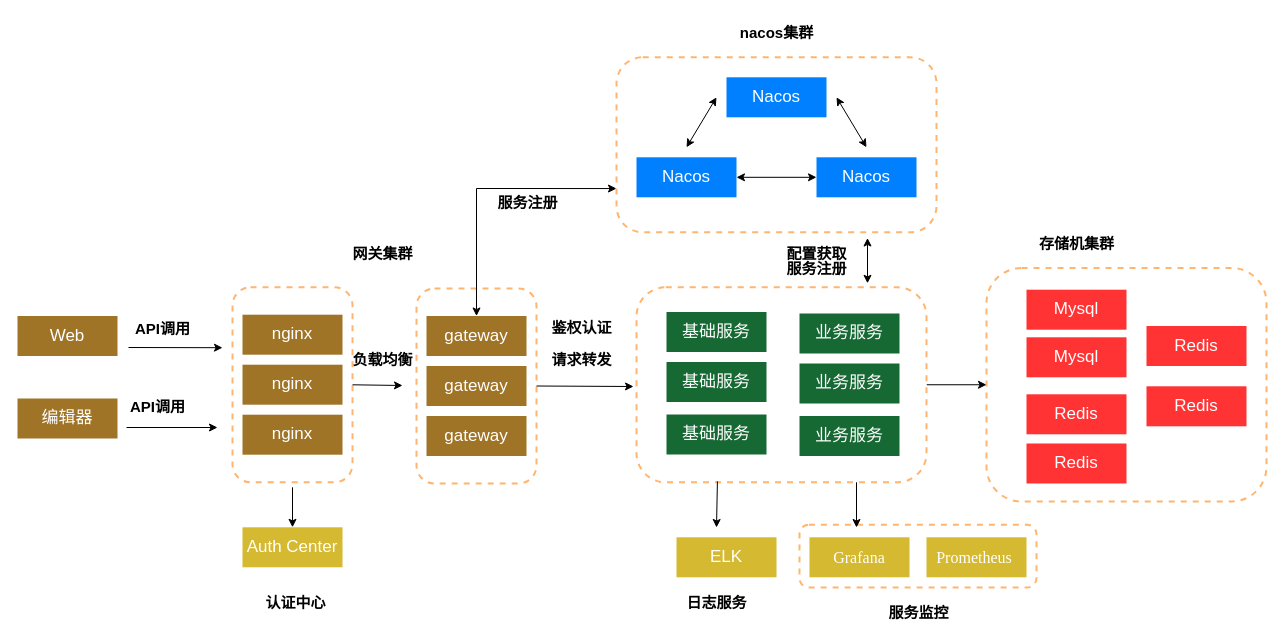
This is csdb/csdb 部署架构图.drawio from DemonHan/KuickBuy, a draw.io file, before an edit. Source tidied: cells renumbered, new cells numbered last; positions are measured from the earlier drawing's top-left corner, leaving out a move shared by most shapes. Both pictures are drawn from the tidied source at 100%, with x=0, y=0 at pixel (17, 17).
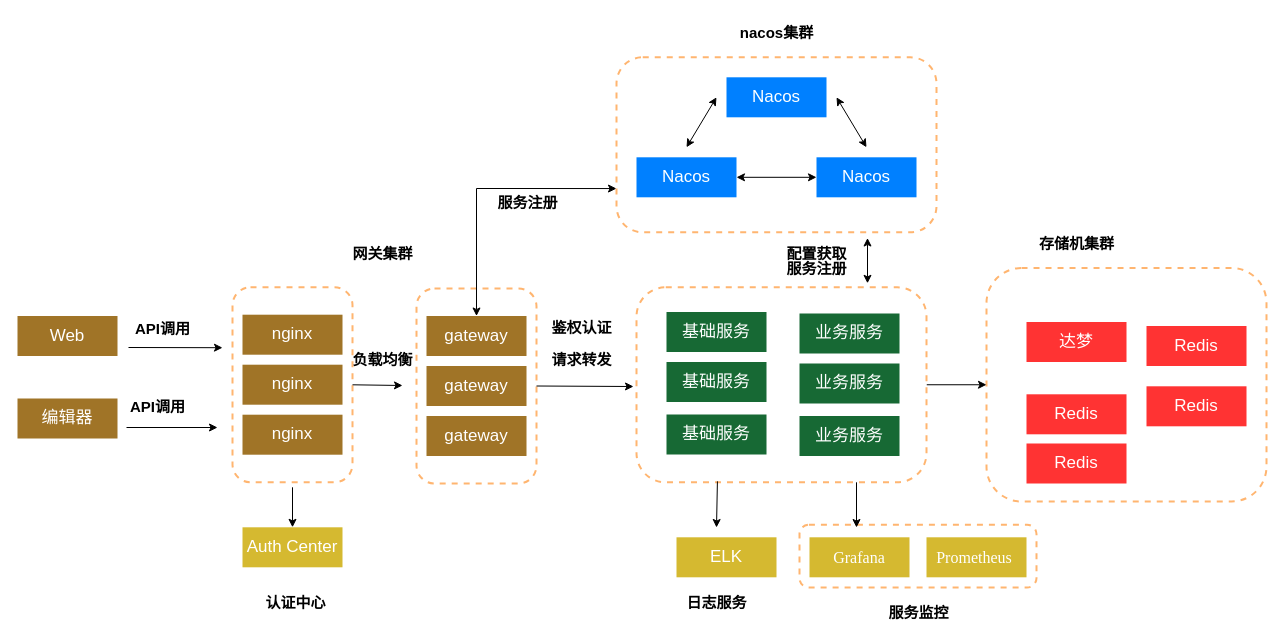
After the change.

Commit message:
更新csdb 部署架构图.drawio

Change to the diagram source:
```diff
@@
-    <mxCell id="33" value="&lt;font color=&quot;#ffffff&quot;&gt;Mysql&lt;/font&gt;" style="rounded=0;whiteSpace=wrap;html=1;fillColor=#FF3333;fontSize=17;strokeColor=none;" parent="1" vertex="1">
-      <mxGeometry x="1009" y="272.2" width="100" height="40" as="geometry" />
+    <mxCell id="33" value="&lt;font color=&quot;#ffffff&quot;&gt;达梦&lt;/font&gt;" style="rounded=0;whiteSpace=wrap;html=1;fillColor=#FF3333;fontSize=17;strokeColor=none;" parent="1" vertex="1">
+      <mxGeometry x="1009" y="304.5" width="100" height="40" as="geometry" />
     </mxCell>
@@
-    <mxCell id="54" value="&lt;font color=&quot;#ffffff&quot;&gt;Mysql&lt;/font&gt;" style="rounded=0;whiteSpace=wrap;html=1;fillColor=#FF3333;fontSize=17;strokeColor=none;" parent="1" vertex="1">
-      <mxGeometry x="1009" y="319.8" width="100" height="40" as="geometry" />
-    </mxCell>
```
